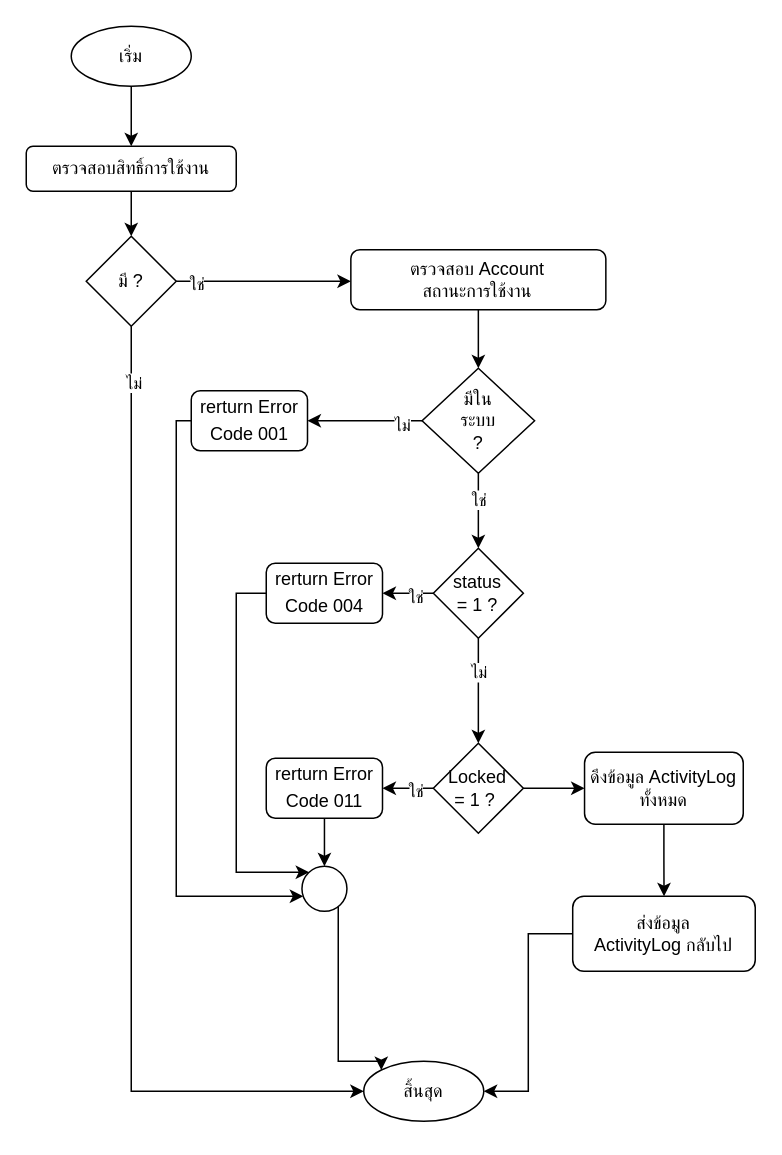
This is page "หน้า-1" (1 of 3) of ActivityLog.drawio from charifrodmanee/charifrodmanee, a draw.io file, before an edit. Source tidied: cells renumbered, new cells numbered last; positions are measured from the earlier drawing's top-left corner, leaving out a move shared by most shapes. Both pictures are drawn from the tidied source at 150%, with x=0, y=0 at pixel (26, 26).
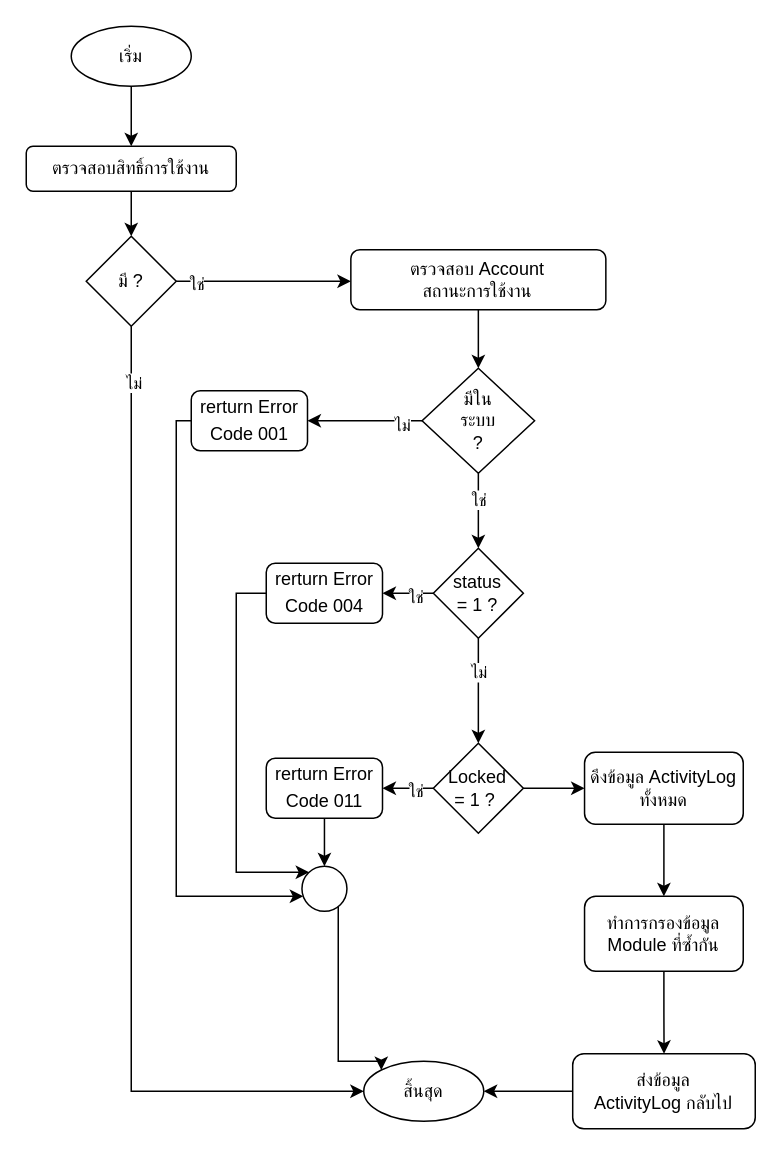
The same diagram, later.

The change refers to these unchanged cells:
```xml
<mxCell id="35" value="ดึงข้อมูล ActivityLog ทั้งหมด" style="rounded=1;whiteSpace=wrap;html=1;" parent="1" vertex="1">
  <mxGeometry x="372.2" y="484" width="105.8" height="48" as="geometry" />
</mxCell>
```

What changed in the source:
```diff
@@
+    <mxCell id="40" style="edgeStyle=orthogonalEdgeStyle;rounded=0;jettySize=auto;html=1;" parent="1" edge="1" source="35" target="42">
+      <mxGeometry relative="1" as="geometry" />
+    </mxCell>
@@
     <mxCell id="38" value="ส่งข้อมูล&lt;br&gt;ActivityLog กลับไป" style="rounded=1;whiteSpace=wrap;html=1;" parent="1" vertex="1">
-      <mxGeometry x="364.3" y="580" width="121.7" height="50" as="geometry" />
+      <mxGeometry x="364.3" y="685" width="121.7" height="50" as="geometry" />
     </mxCell>
-    <mxCell id="39" style="edgeStyle=orthogonalEdgeStyle;rounded=0;jettySize=auto;html=1;" parent="1" edge="1" source="35" target="38">
-      <mxGeometry relative="1" as="geometry" />
-    </mxCell>
+    <mxCell id="41" style="edgeStyle=orthogonalEdgeStyle;rounded=0;jettySize=auto;html=1;" parent="1" edge="1" source="42" target="38">
+      <mxGeometry relative="1" as="geometry" />
+    </mxCell>
+    <mxCell id="42" value="ทำการกรองข้อมูล Module ที่ซ้ำกัน" style="whiteSpace=wrap;html=1;rounded=1;" parent="1" vertex="1">
+      <mxGeometry x="372.2" y="580" width="105.8" height="50" as="geometry" />
+    </mxCell>
```
